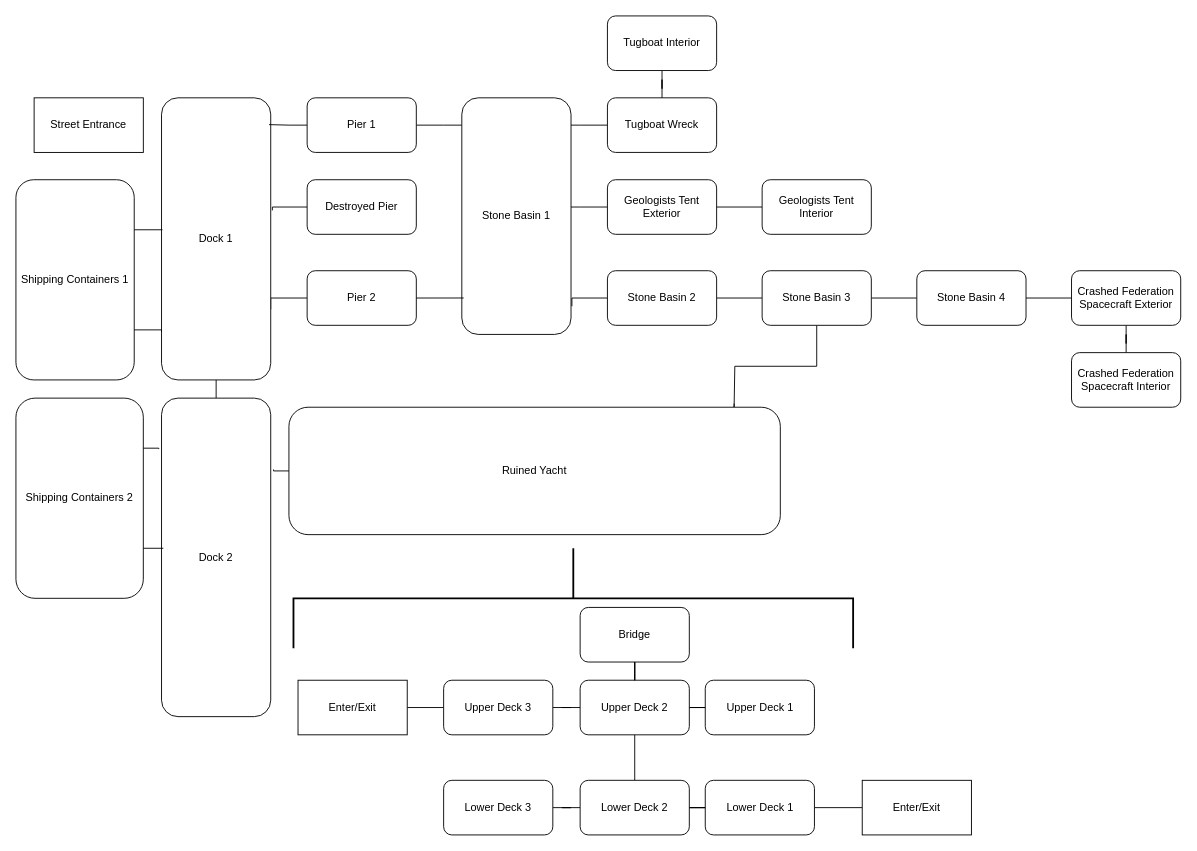
This is Warf.drawio from michaelm142/Stick-Figure-Game, a draw.io file, before an edit. Source tidied: cells renumbered, new cells numbered last; positions are measured from the earlier drawing's top-left corner, leaving out a move shared by most shapes. Both pictures are drawn from the tidied source at 91%, with x=0, y=0 at pixel (15, 15).
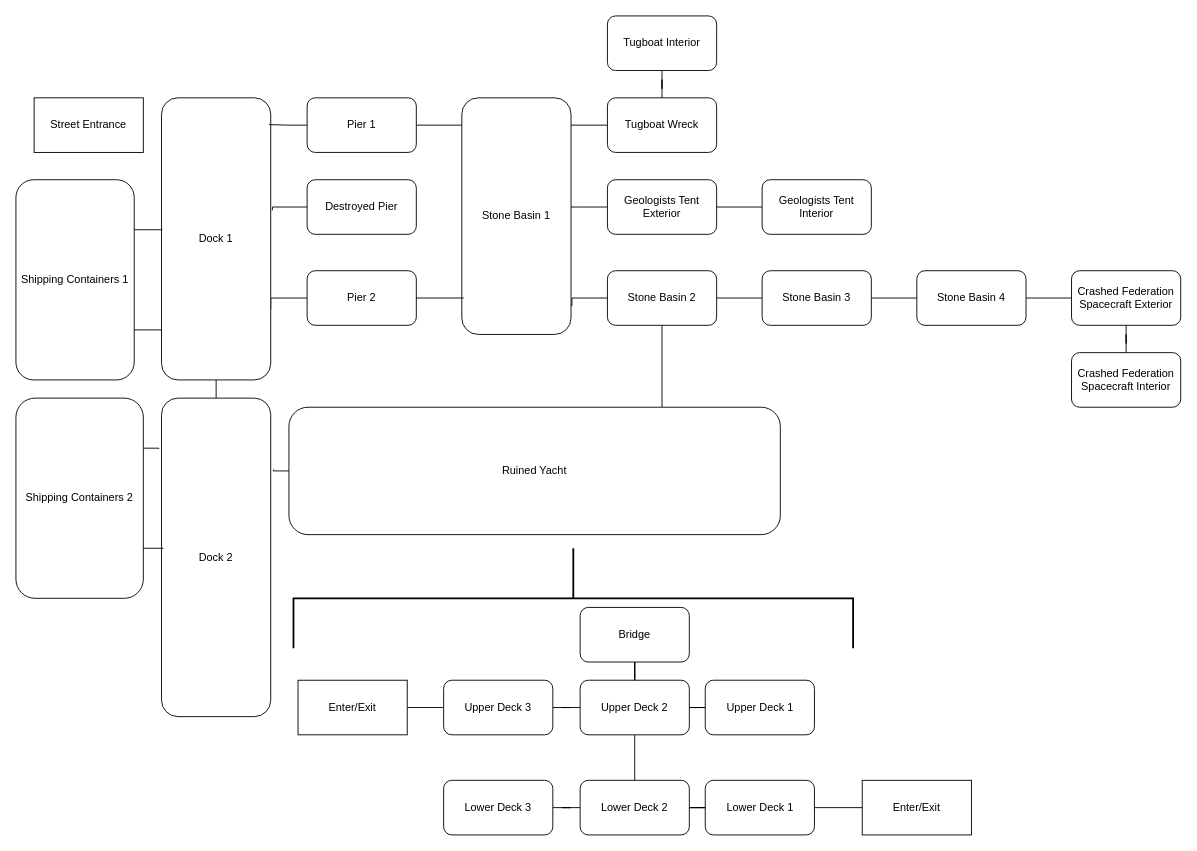
Above is the later version.

Unchanged cells that the change refers to:
```xml
<mxCell id="15" value="Stone Basin 2" style="whiteSpace=wrap;html=1;rounded=1;" parent="1" vertex="1">
  <mxGeometry x="650" y="280" width="120" height="60" as="geometry" />
</mxCell>
<mxCell id="17" value="Ruined Yacht" style="whiteSpace=wrap;html=1;rounded=1;" parent="1" vertex="1">
  <mxGeometry x="300" y="430" width="540" height="140" as="geometry" />
</mxCell>
<mxCell id="50" value="Stone Basin 3" style="whiteSpace=wrap;html=1;rounded=1;" parent="1" vertex="1">
  <mxGeometry x="820" y="280" width="120" height="60" as="geometry" />
</mxCell>
```

Diff of the diagram source:
```diff
@@
+    <mxCell id="60" style="edgeStyle=orthogonalEdgeStyle;rounded=0;jettySize=auto;html=1;endArrow=none;endFill=0;" parent="1" edge="1" source="15" target="17">
+      <mxGeometry relative="1" as="geometry">
+        <Array as="points">
+          <mxPoint x="710" y="410" />
+          <mxPoint x="710" y="410" />
+        </Array>
+      </mxGeometry>
+    </mxCell>
@@
-    <mxCell id="16" style="edgeStyle=orthogonalEdgeStyle;rounded=0;jettySize=auto;html=1;exitX=0.906;exitY=-0.029;exitDx=0;exitDy=0;entryX=0.5;entryY=1;entryDx=0;entryDy=0;endArrow=none;endFill=0;exitPerimeter=0;" parent="1" edge="1" source="17" target="50">
-      <mxGeometry relative="1" as="geometry">
-        <Array as="points">
-          <mxPoint x="789" y="430" />
-          <mxPoint x="790" y="385" />
-          <mxPoint x="880" y="385" />
-        </Array>
-      </mxGeometry>
-    </mxCell>
```
